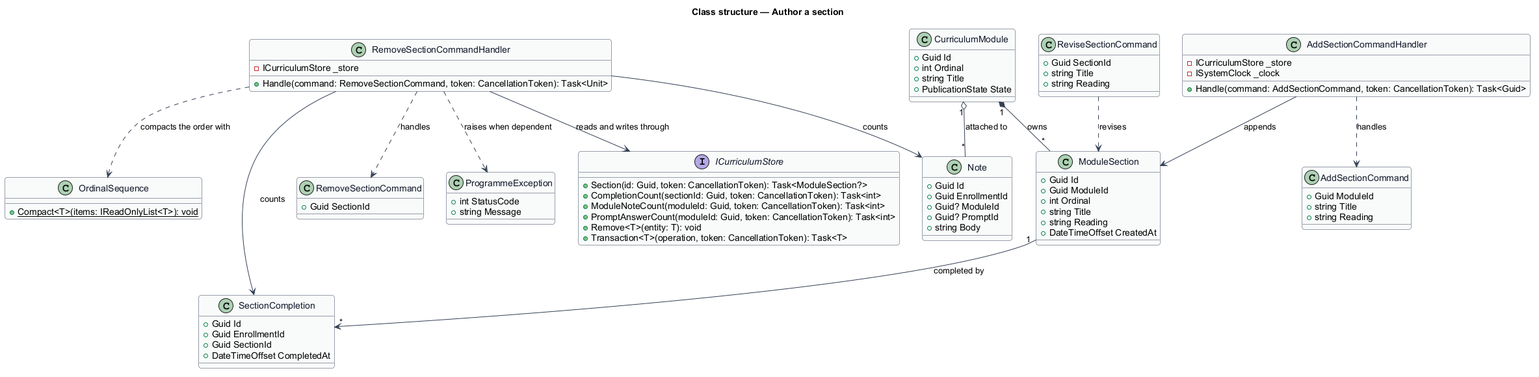
The PlantUML diagram docs/detailed-designs/administration/author-section/diagrams/class-structure.png in QuinntyneBrown/quinntyne-brown-stewardship, before a commit.
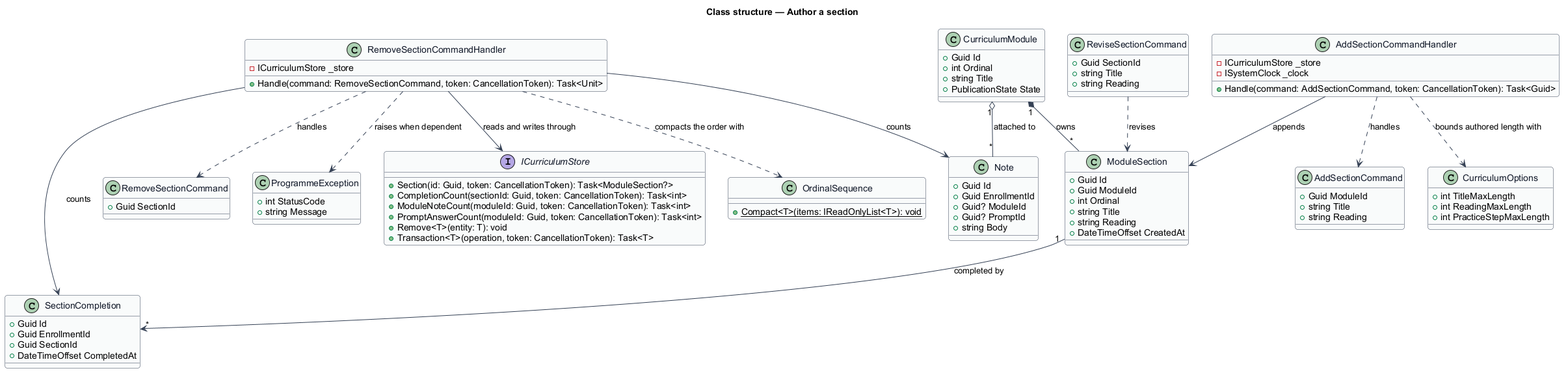
Later version of the same file.

Change to the diagram source:
```diff
@@ -83,6 +83,12 @@
   +Transaction<T>(operation, token: CancellationToken): Task<T>
 }
 
+class CurriculumOptions {
+  +int TitleMaxLength
+  +int ReadingMaxLength
+  +int PracticeStepMaxLength
+}
+
 class OrdinalSequence {
   +{static} Compact<T>(items: IReadOnlyList<T>): void
 }
@@ -98,5 +104,6 @@
 RemoveSectionCommandHandler ..> ProgrammeException : raises when dependent
 RemoveSectionCommandHandler ..> OrdinalSequence : compacts the order with
 RemoveSectionCommandHandler --> ICurriculumStore : reads and writes through
+AddSectionCommandHandler ..> CurriculumOptions : bounds authored length with
 ReviseSectionCommand ..> ModuleSection : revises
 @enduml
```
